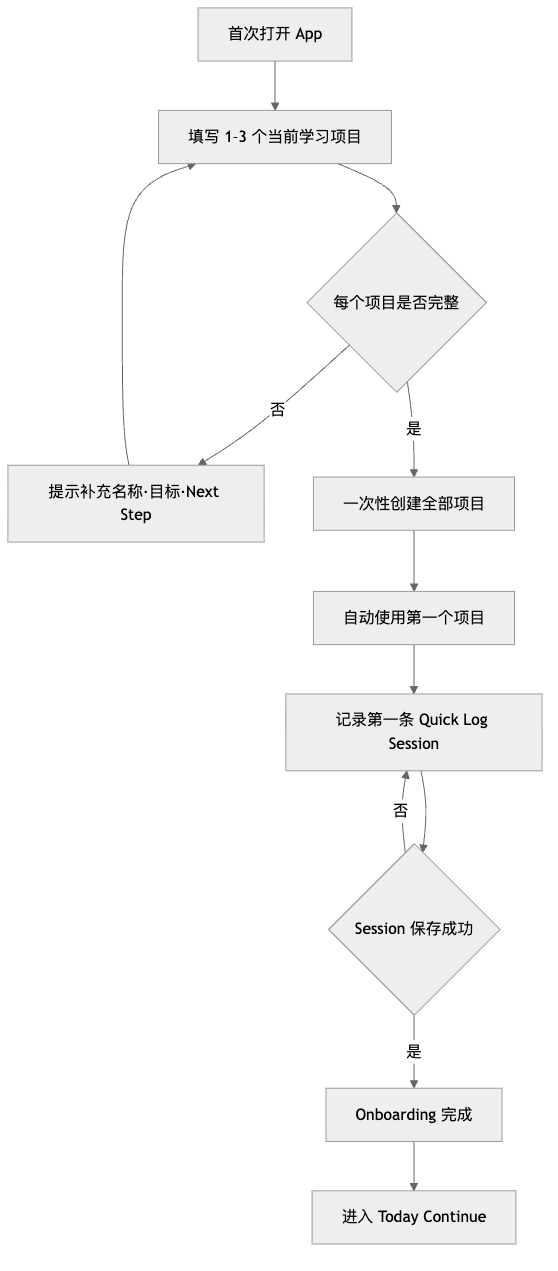
The Mermaid diagram diagrams/product-onboarding-flow.png in Panhe-C/self-study-studio, before a commit. Its source is kept beside it as diagrams/product-onboarding-flow.mmd.
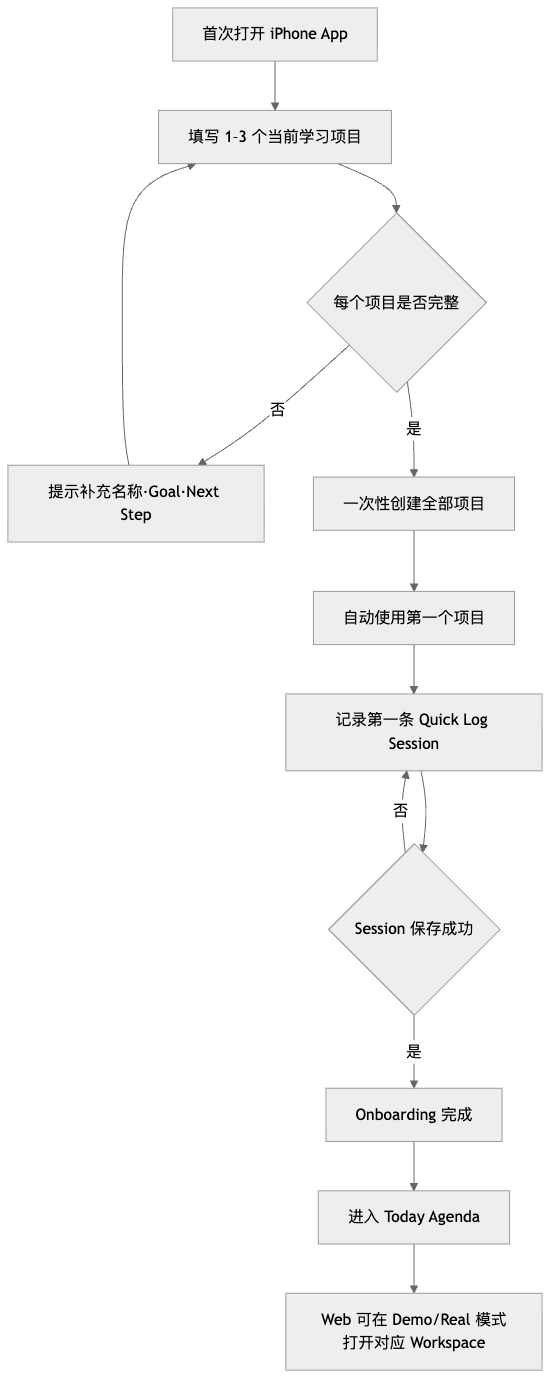
After the commit.

Change to the diagram source:
```diff
@@ -1,7 +1,7 @@
 flowchart TD
-  A[首次打开 App] --> B[填写 1–3 个当前学习项目]
+  A[首次打开 iPhone App] --> B[填写 1–3 个当前学习项目]
   B --> C{每个项目是否完整}
-  C -->|否| D[提示补充名称·目标·Next Step]
+  C -->|否| D[提示补充名称·Goal·Next Step]
   D --> B
   C -->|是| E[一次性创建全部项目]
   E --> F[自动使用第一个项目]
@@ -9,4 +9,5 @@
   G --> H{Session 保存成功}
   H -->|否| G
   H -->|是| I[Onboarding 完成]
-  I --> J[进入 Today Continue]
+  I --> J[进入 Today Agenda]
+  J --> K[Web 可在 Demo/Real 模式打开对应 Workspace]
```
